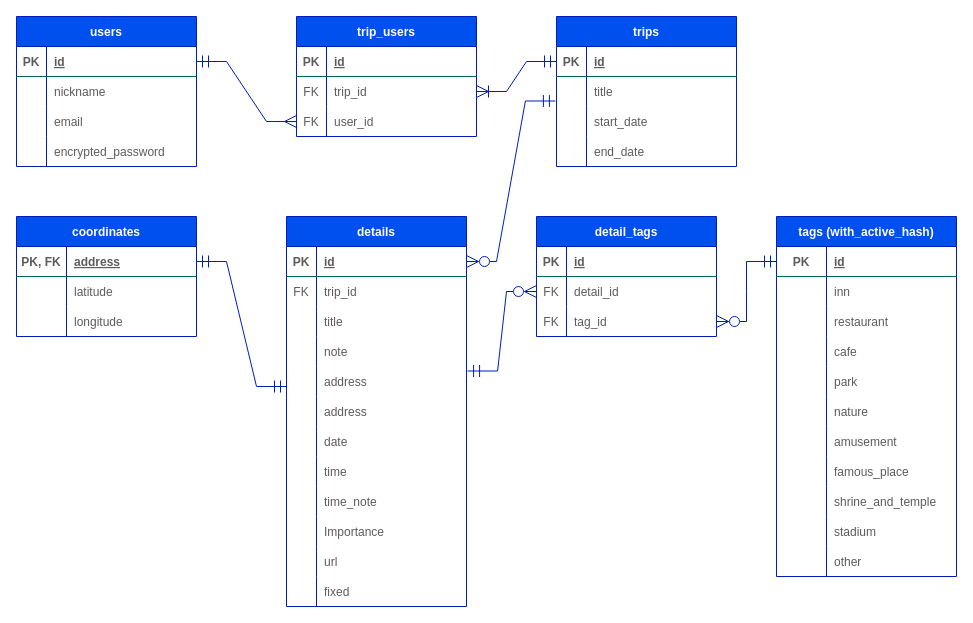
Earlier version of the draw.io diagram .dio (satomi46/trip_maker). Source tidied: cells renumbered, new cells numbered last; positions are measured from the earlier drawing's top-left corner, leaving out a move shared by most shapes. Both pictures are drawn from the tidied source at 100%, with x=0, y=0 at pixel (16, 16).
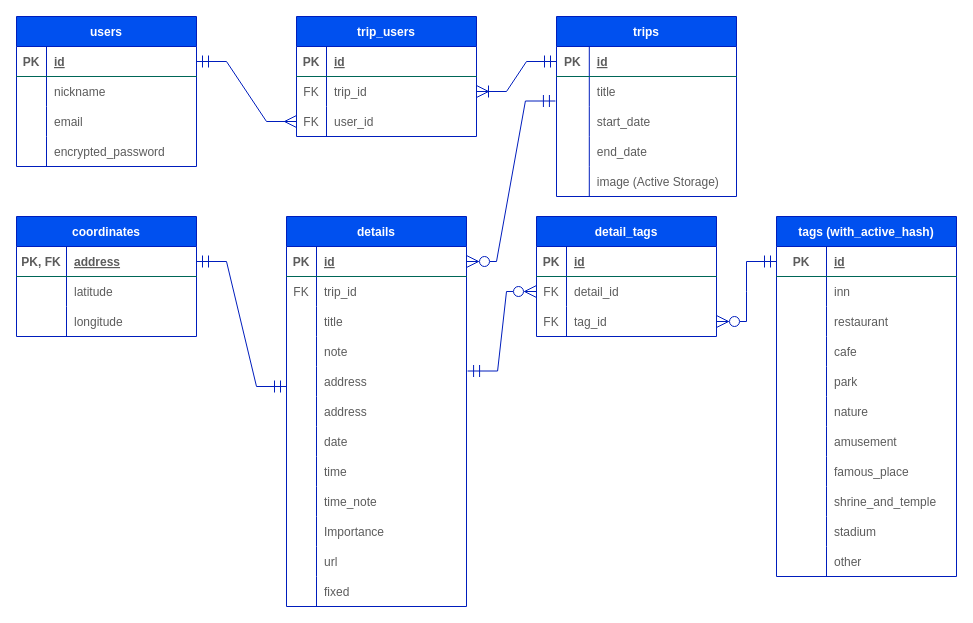
The same diagram, later.

The change refers to these unchanged cells:
```xml
<mxCell id="16" style="shape=tableRow;horizontal=0;startSize=0;swimlaneHead=0;swimlaneBody=0;fillColor=none;points=[[0,0.5],[1,0.5]];portConstraint=eastwest;top=0;left=0;right=0;bottom=1;rounded=0;strokeColor=#006658;fontColor=#5C5C5C;" parent="15" vertex="1">
  <mxGeometry y="30" width="180" height="30" as="geometry" />
</mxCell>
<mxCell id="19" style="shape=tableRow;horizontal=0;startSize=0;swimlaneHead=0;swimlaneBody=0;fillColor=none;top=0;left=0;right=0;bottom=0;rounded=0;strokeColor=#006658;fontColor=#5C5C5C;" parent="15" vertex="1">
  <mxGeometry y="60" width="180" height="30" as="geometry" />
</mxCell>
<mxCell id="22" style="shape=tableRow;horizontal=0;startSize=0;swimlaneHead=0;swimlaneBody=0;fillColor=none;points=[[0,0.5],[1,0.5]];portConstraint=eastwest;top=0;left=0;right=0;bottom=0;rounded=0;strokeColor=#006658;fontColor=#5C5C5C;" parent="15" vertex="1">
  <mxGeometry y="90" width="180" height="30" as="geometry" />
</mxCell>
<mxCell id="25" style="shape=tableRow;horizontal=0;startSize=0;swimlaneHead=0;swimlaneBody=0;fillColor=none;top=0;left=0;right=0;bottom=0;rounded=0;strokeColor=#006658;fontColor=#5C5C5C;" parent="15" vertex="1">
  <mxGeometry y="120" width="180" height="30" as="geometry" />
</mxCell>
```

The edit, as a diff of the source:
```diff
@@
     <mxCell id="15" value="trips" style="shape=table;startSize=30;childLayout=tableLayout;rowLines=0;fontStyle=1;align=center;rounded=0;fillColor=#0050ef;strokeColor=#001DBC;fontColor=#ffffff;fixDash=0;" parent="1" vertex="1">
-      <mxGeometry x="540" width="180" height="150" as="geometry" />
+      <mxGeometry x="540" width="180" height="180" as="geometry" />
     </mxCell>
@@
     <mxCell id="17" value="PK" style="shape=partialRectangle;fillColor=none;top=0;left=0;bottom=0;right=0;fontStyle=1;overflow=hidden;rounded=0;strokeColor=#006658;fontColor=#5C5C5C;" parent="16" vertex="1">
-      <mxGeometry width="30" height="30" as="geometry" />
+      <mxGeometry width="32.8" height="30" as="geometry" />
     </mxCell>
     <mxCell id="18" value="id" style="shape=partialRectangle;fillColor=none;top=0;left=0;bottom=0;right=0;align=left;spacingLeft=6;fontStyle=5;overflow=hidden;rounded=0;strokeColor=#006658;fontColor=#5C5C5C;" parent="16" vertex="1">
-      <mxGeometry x="30" width="150" height="30" as="geometry" />
+      <mxGeometry x="32.8" width="147.2" height="30" as="geometry" />
     </mxCell>
@@
     <mxCell id="20" style="shape=partialRectangle;fillColor=none;top=0;left=0;bottom=0;right=0;overflow=hidden;rounded=0;strokeColor=#006658;fontColor=#5C5C5C;" parent="19" vertex="1">
-      <mxGeometry width="30" height="30" as="geometry" />
+      <mxGeometry width="32.8" height="30" as="geometry" />
     </mxCell>
     <mxCell id="21" value="title" style="shape=partialRectangle;fillColor=none;top=0;left=0;bottom=0;right=0;align=left;spacingLeft=6;overflow=hidden;rounded=0;strokeColor=#006658;fontColor=#5C5C5C;" parent="19" vertex="1">
-      <mxGeometry x="30" width="150" height="30" as="geometry" />
+      <mxGeometry x="32.8" width="147.2" height="30" as="geometry" />
     </mxCell>
@@
     <mxCell id="23" style="shape=partialRectangle;fillColor=none;top=0;left=0;bottom=0;right=0;overflow=hidden;rounded=0;strokeColor=#006658;fontColor=#5C5C5C;" parent="22" vertex="1">
-      <mxGeometry width="30" height="30" as="geometry" />
+      <mxGeometry width="32.8" height="30" as="geometry" />
     </mxCell>
     <mxCell id="24" value="start_date" style="shape=partialRectangle;fillColor=none;top=0;left=0;bottom=0;right=0;align=left;spacingLeft=6;overflow=hidden;rounded=0;strokeColor=#006658;fontColor=#5C5C5C;" parent="22" vertex="1">
-      <mxGeometry x="30" width="150" height="30" as="geometry" />
+      <mxGeometry x="32.8" width="147.2" height="30" as="geometry" />
     </mxCell>
@@
     <mxCell id="26" style="shape=partialRectangle;fillColor=none;top=0;left=0;bottom=0;right=0;overflow=hidden;rounded=0;strokeColor=#006658;fontColor=#5C5C5C;" parent="25" vertex="1">
-      <mxGeometry width="30" height="30" as="geometry" />
+      <mxGeometry width="32.8" height="30" as="geometry" />
     </mxCell>
     <mxCell id="27" value="end_date" style="shape=partialRectangle;fillColor=none;top=0;left=0;bottom=0;right=0;align=left;spacingLeft=6;overflow=hidden;rounded=0;strokeColor=#006658;fontColor=#5C5C5C;" parent="25" vertex="1">
-      <mxGeometry x="30" width="150" height="30" as="geometry" />
+      <mxGeometry x="32.8" width="147.2" height="30" as="geometry" />
     </mxCell>
+    <mxCell id="135" style="shape=tableRow;horizontal=0;startSize=0;swimlaneHead=0;swimlaneBody=0;fillColor=none;top=0;left=0;right=0;bottom=0;rounded=0;strokeColor=#006658;fontColor=#5C5C5C;" parent="15" vertex="1">
+      <mxGeometry y="150" width="180" height="30" as="geometry" />
+    </mxCell>
+    <mxCell id="136" style="shape=partialRectangle;fillColor=none;top=0;left=0;bottom=0;right=0;overflow=hidden;rounded=0;strokeColor=#006658;fontColor=#5C5C5C;" parent="135" vertex="1">
+      <mxGeometry width="32.8" height="30" as="geometry" />
+    </mxCell>
+    <mxCell id="137" value="image (Active Storage)" style="shape=partialRectangle;fillColor=none;top=0;left=0;bottom=0;right=0;align=left;spacingLeft=6;overflow=hidden;rounded=0;strokeColor=#006658;fontColor=#5C5C5C;" parent="135" vertex="1">
+      <mxGeometry x="32.8" width="147.2" height="30" as="geometry" />
+    </mxCell>
```
